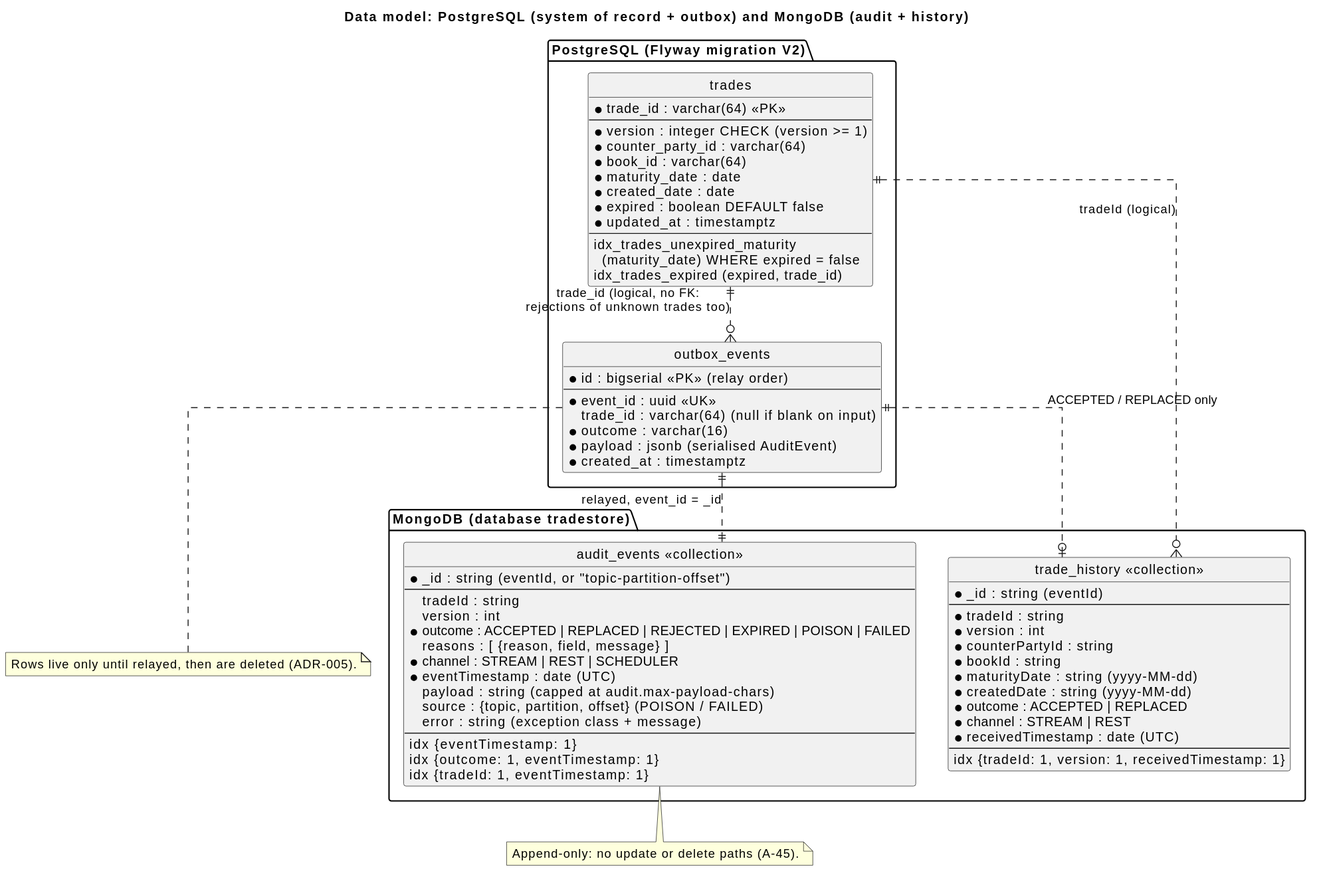
The PlantUML diagram docs/diagrams/out/05-er-data-model.svg in kuldipkumar/Trade-store, before a commit. Source of this version:
```plantuml
@startuml
title Data model: PostgreSQL (system of record + outbox) and MongoDB (audit + history)

hide circle
skinparam linetype ortho

package "PostgreSQL (Flyway migration V2)" {
  entity "trades" as trades {
    * trade_id : varchar(64) <<PK>>
    --
    * version : integer  CHECK (version >= 1)
    * counter_party_id : varchar(64)
    * book_id : varchar(64)
    * maturity_date : date
    * created_date : date
    * expired : boolean  DEFAULT false
    * updated_at : timestamptz
    --
    idx_trades_unexpired_maturity\n  (maturity_date) WHERE expired = false
    idx_trades_expired (expired, trade_id)
  }

  entity "outbox_events" as outbox {
    * id : bigserial <<PK>>  (relay order)
    --
    * event_id : uuid <<UK>>
    trade_id : varchar(64)  (null if blank on input)
    * outcome : varchar(16)
    * payload : jsonb  (serialised AuditEvent)
    * created_at : timestamptz
  }
}

package "MongoDB (database tradestore)" {
  entity "audit_events <<collection>>" as audit {
    * _id : string  (eventId, or "topic-partition-offset")
    --
    tradeId : string
    version : int
    * outcome : ACCEPTED | REPLACED | REJECTED | EXPIRED | POISON | FAILED
    reasons : [ {reason, field, message} ]
    * channel : STREAM | REST | SCHEDULER
    * eventTimestamp : date (UTC)
    payload : string  (capped at audit.max-payload-chars)
    source : {topic, partition, offset}  (POISON / FAILED)
    error : string  (exception class + message)
    --
    idx {eventTimestamp: 1}
    idx {outcome: 1, eventTimestamp: 1}
    idx {tradeId: 1, eventTimestamp: 1}
  }

  entity "trade_history <<collection>>" as history {
    * _id : string  (eventId)
    --
    * tradeId : string
    * version : int
    * counterPartyId : string
    * bookId : string
    * maturityDate : string (yyyy-MM-dd)
    * createdDate : string (yyyy-MM-dd)
    * outcome : ACCEPTED | REPLACED
    * channel : STREAM | REST
    * receivedTimestamp : date (UTC)
    --
    idx {tradeId: 1, version: 1, receivedTimestamp: 1}
  }
}

trades ||..o{ outbox : "trade_id (logical, no FK:\nrejections of unknown trades too)"
outbox ||..|| audit : "relayed, event_id = _id"
outbox ||..o| history : "ACCEPTED / REPLACED only"
trades ||..o{ history : "tradeId (logical)"

note bottom of outbox
  Rows live only until relayed, then are deleted (ADR-005).
end note
note bottom of audit
  Append-only: no update or delete paths (A-45).
end note
@enduml
```
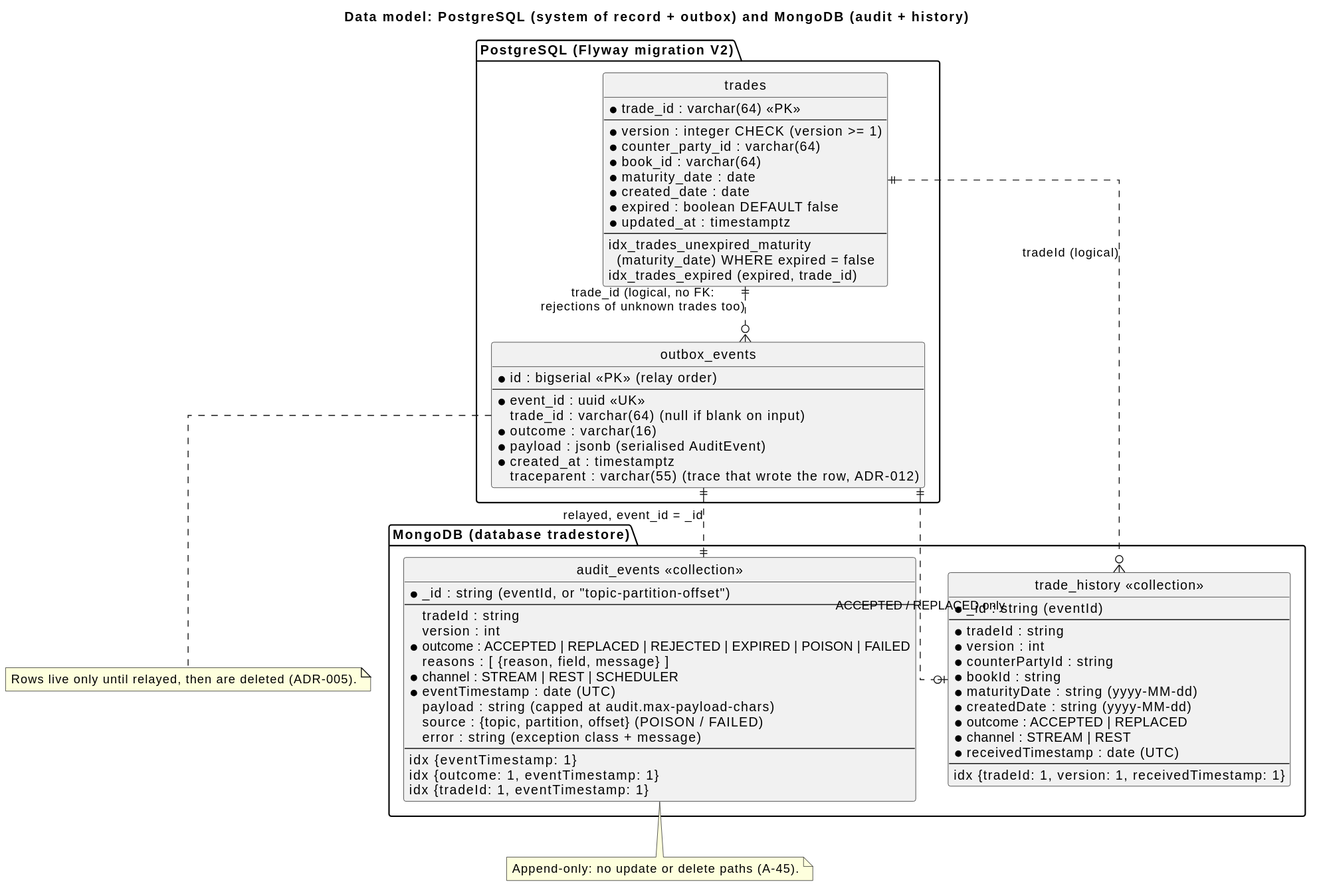
After the commit.

What changed in the source:
```diff
@@ -28,6 +28,7 @@
     * outcome : varchar(16)
     * payload : jsonb  (serialised AuditEvent)
     * created_at : timestamptz
+    traceparent : varchar(55)  (trace that wrote the row, ADR-012)
   }
 }
 
```
